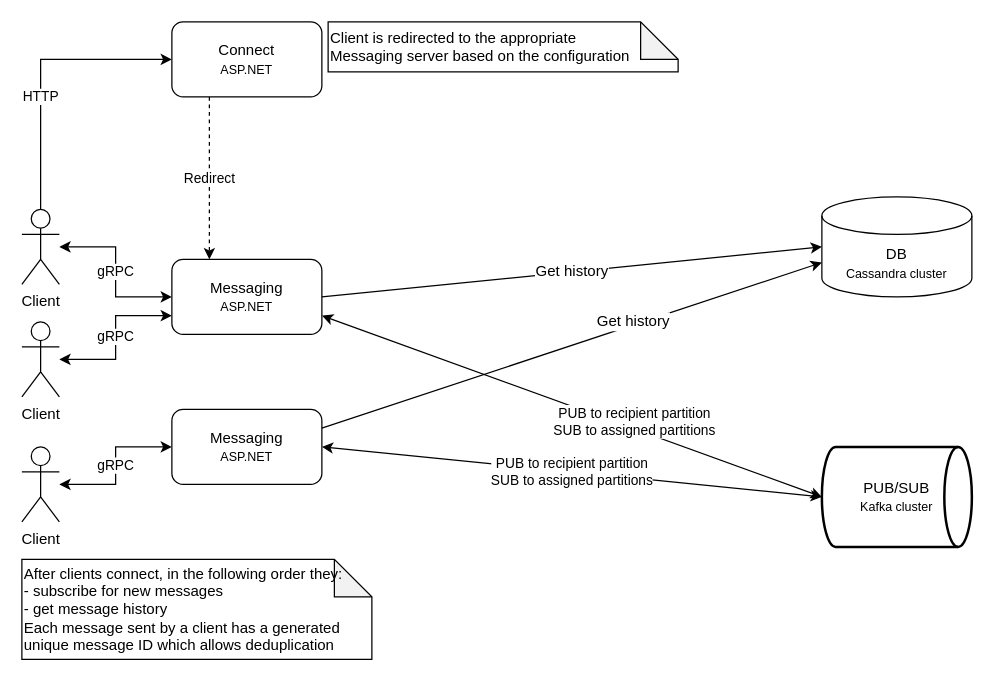
Before: docs/cecochat-03-clients.drawio in cvetomir-todorov/CecoChat, a draw.io diagram. Source tidied: cells renumbered, new cells numbered last; positions are measured from the earlier drawing's top-left corner, leaving out a move shared by most shapes. Both pictures are drawn from the tidied source at 125%, with x=0, y=0 at pixel (21, 21).
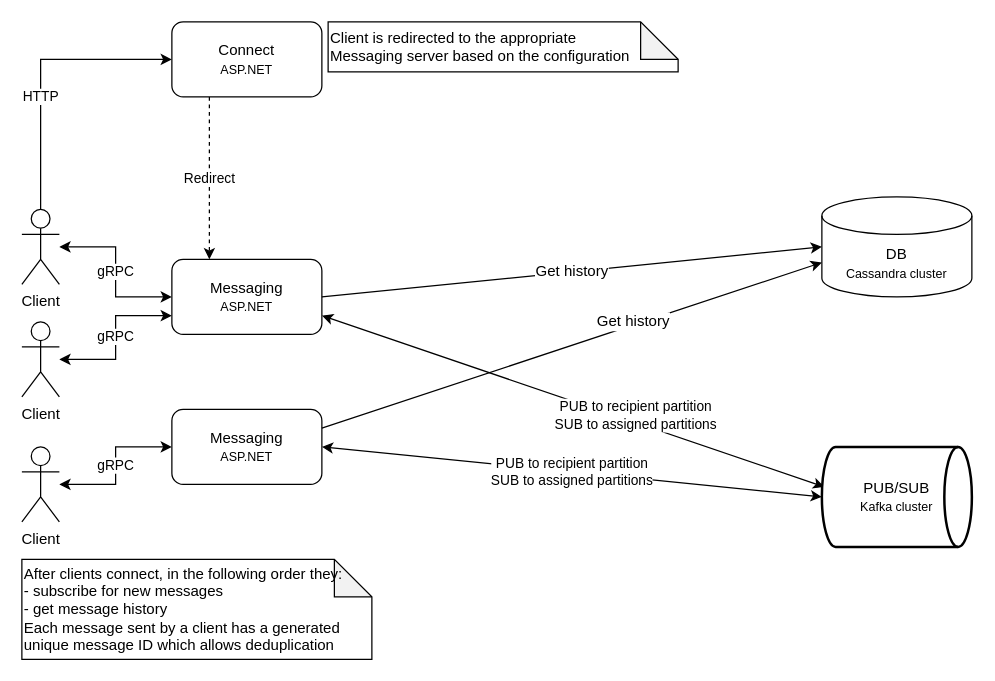
The same diagram, later.

The change refers to these unchanged cells:
```xml
<mxCell id="10" value="&lt;font style=&quot;font-size: 12px&quot;&gt;Messaging&lt;/font&gt;&lt;br&gt;&lt;font style=&quot;font-size: 10px&quot;&gt;ASP.NET&lt;/font&gt;" style="rounded=1;whiteSpace=wrap;html=1;" parent="1" vertex="1">
  <mxGeometry x="120" y="190" width="120" height="60" as="geometry" />
</mxCell>
<mxCell id="13" value="PUB/SUB&lt;br&gt;&lt;font style=&quot;font-size: 10px&quot;&gt;Kafka cluster&lt;/font&gt;" style="strokeWidth=2;html=1;shape=mxgraph.flowchart.direct_data;whiteSpace=wrap;" parent="1" vertex="1">
  <mxGeometry x="640" y="340" width="120" height="80" as="geometry" />
</mxCell>
```

Change to the diagram source:
```diff
@@
-    <mxCell id="9" value="PUB to recipient partition&lt;br&gt;&lt;div&gt;SUB to assigned partitions&lt;/div&gt;" style="rounded=0;jettySize=auto;html=1;entryX=0;entryY=0.5;entryDx=0;entryDy=0;entryPerimeter=0;startArrow=classic;startFill=1;exitX=1;exitY=0.75;exitDx=0;exitDy=0;" parent="1" edge="1" source="10" target="13">
+    <mxCell id="9" value="PUB to recipient partition&lt;br&gt;&lt;div&gt;SUB to assigned partitions&lt;/div&gt;" style="rounded=0;jettySize=auto;html=1;entryX=0.017;entryY=0.4;entryDx=0;entryDy=0;entryPerimeter=0;startArrow=classic;startFill=1;exitX=1;exitY=0.75;exitDx=0;exitDy=0;" parent="1" edge="1" source="10" target="13">
       <mxGeometry x="0.24" y="5" relative="1" as="geometry" />
     </mxCell>
```
